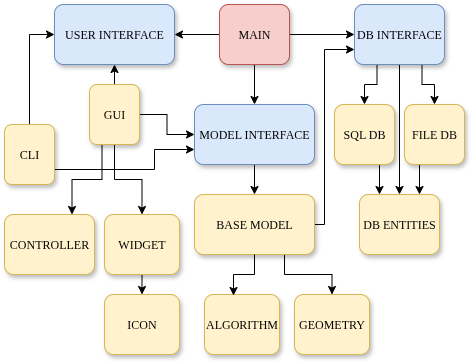
Before: presentation/img/clean_modular_structure.png, a diagram exported from draw.io (K4liber/consistent_importing). Source tidied: cells renumbered, new cells last; positions are measured from the earlier drawing's top-left corner, leaving out a move shared by most shapes.
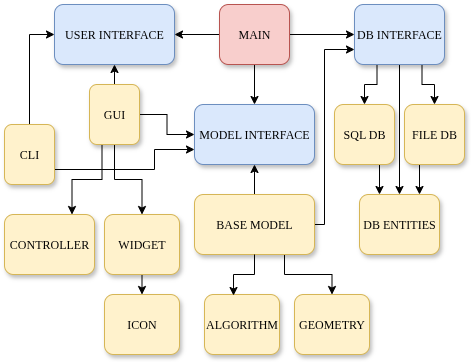
The same file after the commit.

Change to the diagram source:
```diff
@@ -17,9 +17,6 @@
     <mxCell id="6" value="USER INTERFACE" style="whiteSpace=wrap;html=1;rounded=1;shadow=1;labelBackgroundColor=none;strokeWidth=1;fontFamily=Verdana;fontSize=12;align=center;fillColor=#dae8fc;strokeColor=#6c8ebf;" parent="1" vertex="1">
       <mxGeometry x="50" width="120" height="60" as="geometry" />
     </mxCell>
-    <mxCell id="7" style="edgeStyle=orthogonalEdgeStyle;rounded=0;jettySize=auto;html=1;exitX=0.5;exitY=1;exitDx=0;exitDy=0;" parent="1" edge="1" source="8" target="23">
-      <mxGeometry relative="1" as="geometry" />
-    </mxCell>
     <mxCell id="8" value="&lt;span&gt;MODEL INTERFACE&lt;/span&gt;" style="whiteSpace=wrap;html=1;rounded=1;shadow=1;labelBackgroundColor=none;strokeWidth=1;fontFamily=Verdana;fontSize=12;align=center;fillColor=#dae8fc;strokeColor=#6c8ebf;" parent="1" vertex="1">
       <mxGeometry x="190" y="100" width="120" height="60" as="geometry" />
     </mxCell>
@@ -75,6 +72,9 @@
     <mxCell id="22" style="edgeStyle=orthogonalEdgeStyle;rounded=0;jettySize=auto;html=1;exitX=0.75;exitY=1;exitDx=0;exitDy=0;entryX=0.5;entryY=0;entryDx=0;entryDy=0;" parent="1" edge="1" source="23" target="35">
       <mxGeometry relative="1" as="geometry" />
     </mxCell>
+    <mxCell id="36" style="edgeStyle=orthogonalEdgeStyle;rounded=0;jettySize=auto;html=1;exitX=0.5;exitY=0;exitDx=0;exitDy=0;entryX=0.5;entryY=1;entryDx=0;entryDy=0;" parent="1" edge="1" source="23" target="8">
+      <mxGeometry relative="1" as="geometry" />
+    </mxCell>
     <mxCell id="23" value="BASE MODEL" style="whiteSpace=wrap;html=1;rounded=1;shadow=1;labelBackgroundColor=none;strokeWidth=1;fontFamily=Verdana;fontSize=12;align=center;fillColor=#fff2cc;strokeColor=#d6b656;" parent="1" vertex="1">
       <mxGeometry x="190" y="190" width="120" height="60" as="geometry" />
     </mxCell>
```
